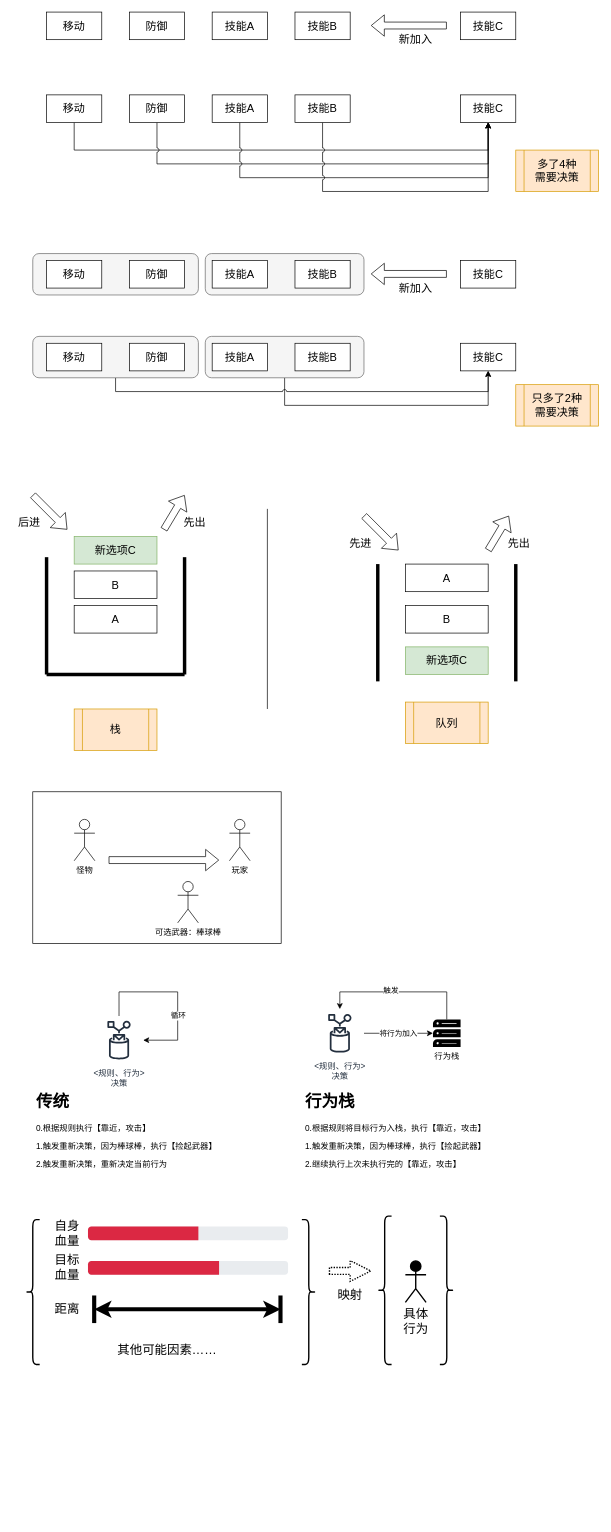
This is assets/img/skill/GameAISkill/GameAISkill.drawio from jskyzero/design.jskyzero.com, a draw.io file, before an edit. Source tidied: cells renumbered, new cells numbered last; positions are measured from the earlier drawing's top-left corner, leaving out a move shared by most shapes. Both pictures are drawn from the tidied source at 69%, with x=0, y=0 at pixel (12, 12).
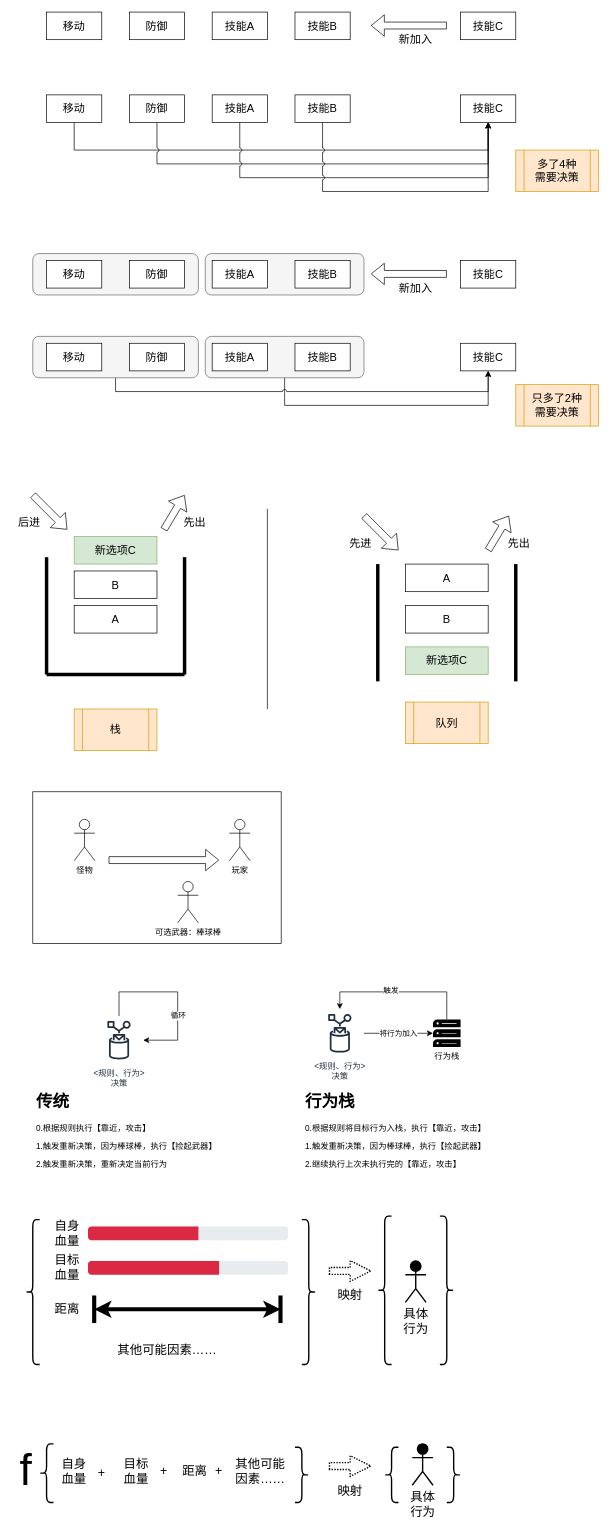
Above is the later version.

Change to the diagram source:
```diff
@@
+    <mxCell id="93" value="&lt;font style=&quot;font-size: 18px&quot;&gt;自身血量&lt;/font&gt;" style="text;html=1;strokeColor=none;fillColor=none;align=center;verticalAlign=middle;whiteSpace=wrap;rounded=0;" parent="1" vertex="1">
+      <mxGeometry x="70" y="2105" width="40" height="20" as="geometry" />
+    </mxCell>
+    <mxCell id="94" value="&lt;font style=&quot;font-size: 18px&quot;&gt;目标血量&lt;/font&gt;" style="text;html=1;strokeColor=none;fillColor=none;align=center;verticalAlign=middle;whiteSpace=wrap;rounded=0;" parent="1" vertex="1">
+      <mxGeometry x="160" y="2105" width="40" height="20" as="geometry" />
+    </mxCell>
+    <mxCell id="95" value="&lt;span style=&quot;font-size: 18px&quot;&gt;距离&lt;/span&gt;" style="text;html=1;strokeColor=none;fillColor=none;align=center;verticalAlign=middle;whiteSpace=wrap;rounded=0;" parent="1" vertex="1">
+      <mxGeometry x="245" y="2105" width="40" height="20" as="geometry" />
+    </mxCell>
+    <mxCell id="96" style="shape=curlyBracket;whiteSpace=wrap;html=1;rounded=1;fillColor=#000000;strokeWidth=2;" parent="1" vertex="1">
+      <mxGeometry x="40" y="2075" width="20" height="85" as="geometry" />
+    </mxCell>
+    <mxCell id="97" style="shape=curlyBracket;whiteSpace=wrap;html=1;rounded=1;flipH=1;strokeWidth=2;fillColor=#000000;" parent="1" vertex="1">
+      <mxGeometry x="410" y="2080" width="20" height="80" as="geometry" />
+    </mxCell>
+    <mxCell id="98" style="shape=curlyBracket;whiteSpace=wrap;html=1;rounded=1;fillColor=#000000;strokeWidth=2;" parent="1" vertex="1">
+      <mxGeometry x="540" y="2080" width="20" height="80" as="geometry" />
+    </mxCell>
+    <mxCell id="99" style="shape=curlyBracket;whiteSpace=wrap;html=1;rounded=1;flipH=1;strokeWidth=2;fillColor=#000000;" parent="1" vertex="1">
+      <mxGeometry x="630" y="2080" width="20" height="80" as="geometry" />
+    </mxCell>
+    <mxCell id="100" value="&lt;font style=&quot;font-size: 18px&quot;&gt;具体&lt;br&gt;行为&lt;/font&gt;" style="shape=umlActor;verticalLabelPosition=bottom;verticalAlign=top;html=1;strokeWidth=2;fillColor=#000000;" parent="1" vertex="1">
+      <mxGeometry x="580" y="2075" width="30" height="60" as="geometry" />
+    </mxCell>
+    <mxCell id="101" style="shape=arrow;endArrow=classic;html=1;strokeWidth=2;dashed=1;dashPattern=1 1;" parent="1" edge="1">
+      <mxGeometry relative="1" as="geometry">
+        <mxPoint x="460" y="2107.2" as="sourcePoint" />
+        <mxPoint x="520" y="2107.2" as="targetPoint" />
+      </mxGeometry>
+    </mxCell>
+    <mxCell id="102" value="&lt;span style=&quot;font-size: 18px&quot;&gt;映射&lt;br&gt;&lt;/span&gt;" style="text;html=1;strokeColor=none;fillColor=none;align=center;verticalAlign=middle;whiteSpace=wrap;rounded=0;" parent="1" vertex="1">
+      <mxGeometry x="470" y="2132.8" width="40" height="20" as="geometry" />
+    </mxCell>
+    <mxCell id="103" value="&lt;span style=&quot;font-size: 18px&quot;&gt;其他可能因素……&lt;/span&gt;" style="text;html=1;strokeColor=none;fillColor=none;align=center;verticalAlign=middle;whiteSpace=wrap;rounded=0;" parent="1" vertex="1">
+      <mxGeometry x="320" y="2107.5" width="80" height="15" as="geometry" />
+    </mxCell>
+    <mxCell id="104" value="&lt;font style=&quot;font-size: 18px&quot;&gt;+&lt;/font&gt;" style="text;html=1;strokeColor=none;fillColor=none;align=center;verticalAlign=middle;whiteSpace=wrap;rounded=0;" parent="1" vertex="1">
+      <mxGeometry x="110" y="2107.5" width="40" height="20" as="geometry" />
+    </mxCell>
+    <mxCell id="105" value="&lt;font style=&quot;font-size: 18px&quot;&gt;+&lt;/font&gt;" style="text;html=1;strokeColor=none;fillColor=none;align=center;verticalAlign=middle;whiteSpace=wrap;rounded=0;" parent="1" vertex="1">
+      <mxGeometry x="200" y="2105" width="40" height="20" as="geometry" />
+    </mxCell>
+    <mxCell id="106" value="&lt;font style=&quot;font-size: 18px&quot;&gt;+&lt;/font&gt;" style="text;html=1;strokeColor=none;fillColor=none;align=center;verticalAlign=middle;whiteSpace=wrap;rounded=0;" parent="1" vertex="1">
+      <mxGeometry x="280" y="2105" width="40" height="20" as="geometry" />
+    </mxCell>
+    <mxCell id="107" value="&lt;font style=&quot;font-size: 64px;&quot;&gt;f&lt;/font&gt;" style="text;html=1;strokeColor=none;fillColor=none;align=center;verticalAlign=middle;whiteSpace=wrap;rounded=0;fontSize=64;" parent="1" vertex="1">
+      <mxGeometry y="2102.5" width="40" height="20" as="geometry" />
+    </mxCell>
```
